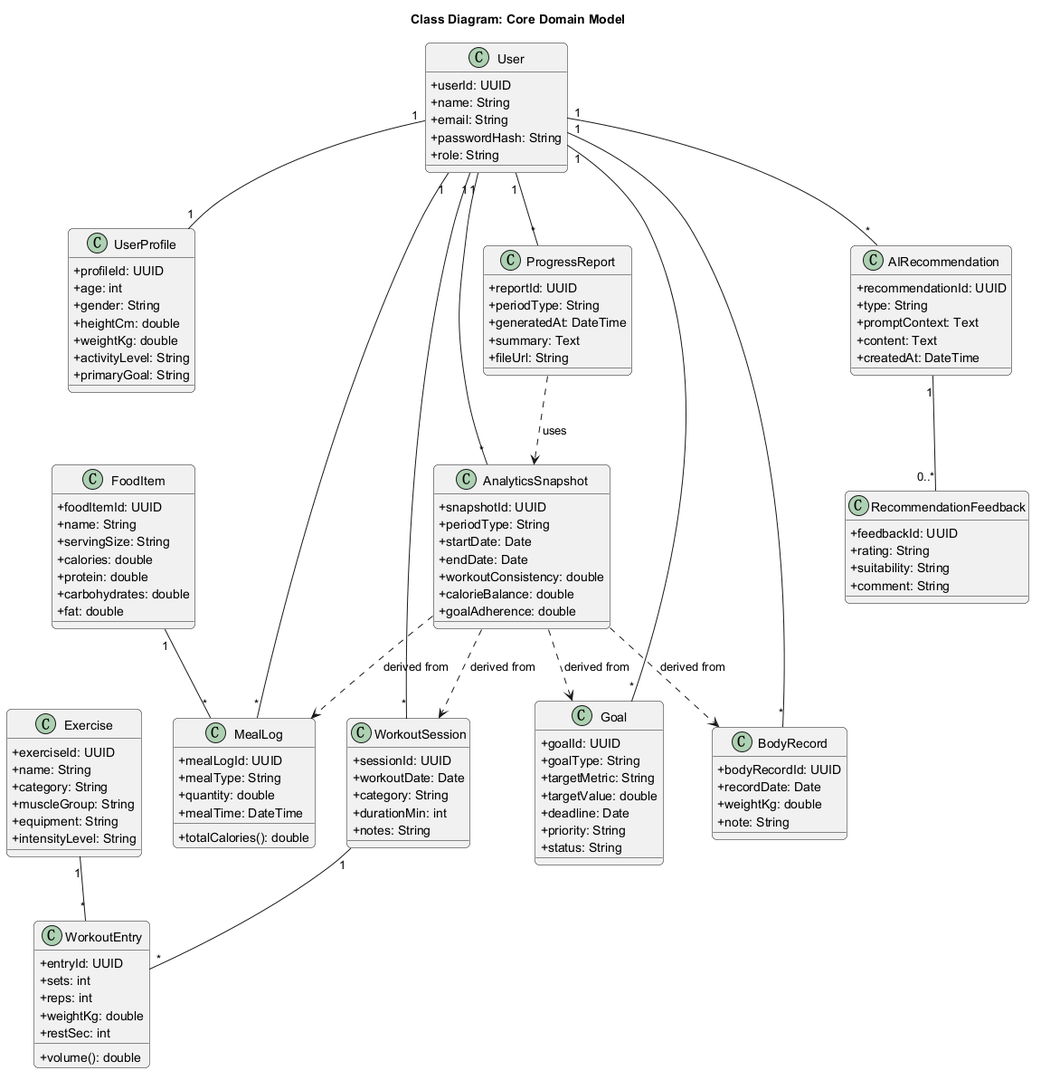
Above: docs/UML/rendered/png/03_class_diagram.png in liyida233/AI-Nurtriion (PlantUML), before the change. Its diagram source:
```plantuml
@startuml
title Class Diagram: Core Domain Model

skinparam backgroundColor white
skinparam shadowing false
skinparam roundcorner 10
skinparam classAttributeIconSize 0

class User {
  +userId: UUID
  +name: String
  +email: String
  +passwordHash: String
  +role: String
}

class UserProfile {
  +profileId: UUID
  +age: int
  +gender: String
  +heightCm: double
  +weightKg: double
  +activityLevel: String
  +primaryGoal: String
}

class Exercise {
  +exerciseId: UUID
  +name: String
  +category: String
  +muscleGroup: String
  +equipment: String
  +intensityLevel: String
}

class WorkoutSession {
  +sessionId: UUID
  +workoutDate: Date
  +category: String
  +durationMin: int
  +notes: String
}

class WorkoutEntry {
  +entryId: UUID
  +sets: int
  +reps: int
  +weightKg: double
  +restSec: int
  +volume(): double
}

class FoodItem {
  +foodItemId: UUID
  +name: String
  +servingSize: String
  +calories: double
  +protein: double
  +carbohydrates: double
  +fat: double
}

class MealLog {
  +mealLogId: UUID
  +mealType: String
  +quantity: double
  +mealTime: DateTime
  +totalCalories(): double
}

class BodyRecord {
  +bodyRecordId: UUID
  +recordDate: Date
  +weightKg: double
  +note: String
}

class Goal {
  +goalId: UUID
  +goalType: String
  +targetMetric: String
  +targetValue: double
  +deadline: Date
  +priority: String
  +status: String
}

class AnalyticsSnapshot {
  +snapshotId: UUID
  +periodType: String
  +startDate: Date
  +endDate: Date
  +workoutConsistency: double
  +calorieBalance: double
  +goalAdherence: double
}

class AIRecommendation {
  +recommendationId: UUID
  +type: String
  +promptContext: Text
  +content: Text
  +createdAt: DateTime
}

class RecommendationFeedback {
  +feedbackId: UUID
  +rating: String
  +suitability: String
  +comment: String
}

class ProgressReport {
  +reportId: UUID
  +periodType: String
  +generatedAt: DateTime
  +summary: Text
  +fileUrl: String
}

User "1" -- "1" UserProfile
User "1" -- "*" WorkoutSession
WorkoutSession "1" -- "*" WorkoutEntry
Exercise "1" -- "*" WorkoutEntry
User "1" -- "*" MealLog
FoodItem "1" -- "*" MealLog
User "1" -- "*" BodyRecord
User "1" -- "*" Goal
User "1" -- "*" AnalyticsSnapshot
User "1" -- "*" AIRecommendation
AIRecommendation "1" -- "0..*" RecommendationFeedback
User "1" -- "*" ProgressReport
AnalyticsSnapshot ..> WorkoutSession : derived from
AnalyticsSnapshot ..> MealLog : derived from
AnalyticsSnapshot ..> BodyRecord : derived from
AnalyticsSnapshot ..> Goal : derived from
ProgressReport ..> AnalyticsSnapshot : uses
@enduml
```
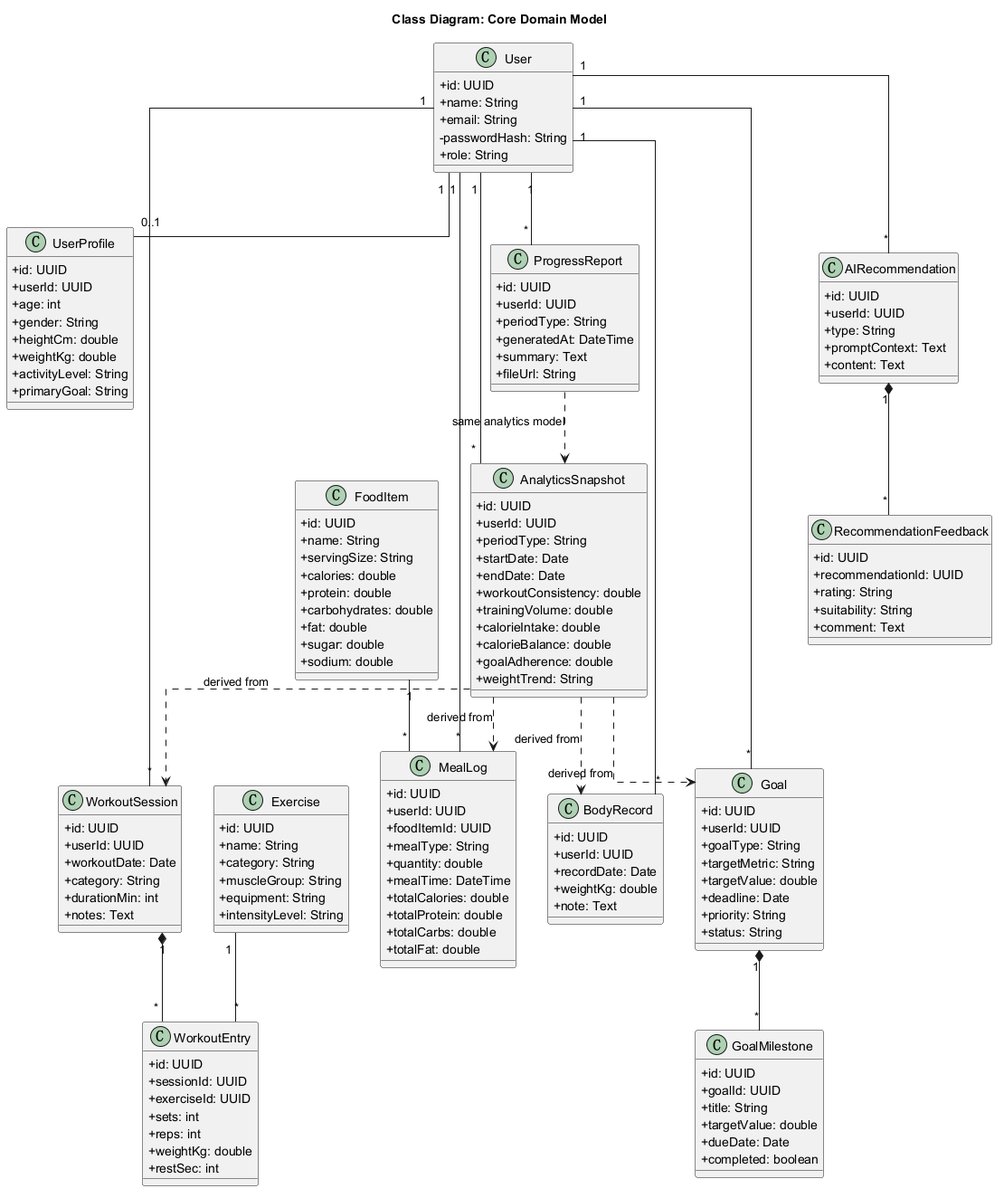
After the change.

The edit, as a diff of the source:
```diff
@@ -3,19 +3,20 @@
 
 skinparam backgroundColor white
 skinparam shadowing false
-skinparam roundcorner 10
 skinparam classAttributeIconSize 0
+skinparam linetype ortho
 
 class User {
-  +userId: UUID
+  +id: UUID
   +name: String
   +email: String
-  +passwordHash: String
+  -passwordHash: String
   +role: String
 }
 
 class UserProfile {
-  +profileId: UUID
+  +id: UUID
+  +userId: UUID
   +age: int
   +gender: String
   +heightCm: double
@@ -25,7 +26,7 @@
 }
 
 class Exercise {
-  +exerciseId: UUID
+  +id: UUID
   +name: String
   +category: String
   +muscleGroup: String
@@ -34,49 +35,60 @@
 }
 
 class WorkoutSession {
-  +sessionId: UUID
+  +id: UUID
+  +userId: UUID
   +workoutDate: Date
   +category: String
   +durationMin: int
-  +notes: String
+  +notes: Text
 }
 
 class WorkoutEntry {
-  +entryId: UUID
+  +id: UUID
+  +sessionId: UUID
+  +exerciseId: UUID
   +sets: int
   +reps: int
   +weightKg: double
   +restSec: int
-  +volume(): double
 }
 
 class FoodItem {
-  +foodItemId: UUID
+  +id: UUID
   +name: String
   +servingSize: String
   +calories: double
   +protein: double
   +carbohydrates: double
   +fat: double
+  +sugar: double
+  +sodium: double
 }
 
 class MealLog {
-  +mealLogId: UUID
+  +id: UUID
+  +userId: UUID
+  +foodItemId: UUID
   +mealType: String
   +quantity: double
   +mealTime: DateTime
-  +totalCalories(): double
+  +totalCalories: double
+  +totalProtein: double
+  +totalCarbs: double
+  +totalFat: double
 }
 
 class BodyRecord {
-  +bodyRecordId: UUID
+  +id: UUID
+  +userId: UUID
   +recordDate: Date
   +weightKg: double
-  +note: String
+  +note: Text
 }
 
 class Goal {
-  +goalId: UUID
+  +id: UUID
+  +userId: UUID
   +goalType: String
   +targetMetric: String
   +targetValue: double
@@ -85,54 +97,71 @@
   +status: String
 }
 
+class GoalMilestone {
+  +id: UUID
+  +goalId: UUID
+  +title: String
+  +targetValue: double
+  +dueDate: Date
+  +completed: boolean
+}
+
 class AnalyticsSnapshot {
-  +snapshotId: UUID
+  +id: UUID
+  +userId: UUID
   +periodType: String
   +startDate: Date
   +endDate: Date
   +workoutConsistency: double
+  +trainingVolume: double
+  +calorieIntake: double
   +calorieBalance: double
   +goalAdherence: double
+  +weightTrend: String
 }
 
 class AIRecommendation {
-  +recommendationId: UUID
+  +id: UUID
+  +userId: UUID
   +type: String
   +promptContext: Text
   +content: Text
-  +createdAt: DateTime
 }
 
 class RecommendationFeedback {
-  +feedbackId: UUID
+  +id: UUID
+  +recommendationId: UUID
   +rating: String
   +suitability: String
-  +comment: String
+  +comment: Text
 }
 
 class ProgressReport {
-  +reportId: UUID
+  +id: UUID
+  +userId: UUID
   +periodType: String
   +generatedAt: DateTime
   +summary: Text
   +fileUrl: String
 }
 
-User "1" -- "1" UserProfile
+User "1" -- "0..1" UserProfile
 User "1" -- "*" WorkoutSession
-WorkoutSession "1" -- "*" WorkoutEntry
+WorkoutSession "1" *-- "*" WorkoutEntry
 Exercise "1" -- "*" WorkoutEntry
 User "1" -- "*" MealLog
 FoodItem "1" -- "*" MealLog
 User "1" -- "*" BodyRecord
 User "1" -- "*" Goal
+Goal "1" *-- "*" GoalMilestone
 User "1" -- "*" AnalyticsSnapshot
 User "1" -- "*" AIRecommendation
-AIRecommendation "1" -- "0..*" RecommendationFeedback
+AIRecommendation "1" *-- "*" RecommendationFeedback
 User "1" -- "*" ProgressReport
+
 AnalyticsSnapshot ..> WorkoutSession : derived from
 AnalyticsSnapshot ..> MealLog : derived from
 AnalyticsSnapshot ..> BodyRecord : derived from
 AnalyticsSnapshot ..> Goal : derived from
-ProgressReport ..> AnalyticsSnapshot : uses
+ProgressReport ..> AnalyticsSnapshot : same analytics model
 @enduml
```
